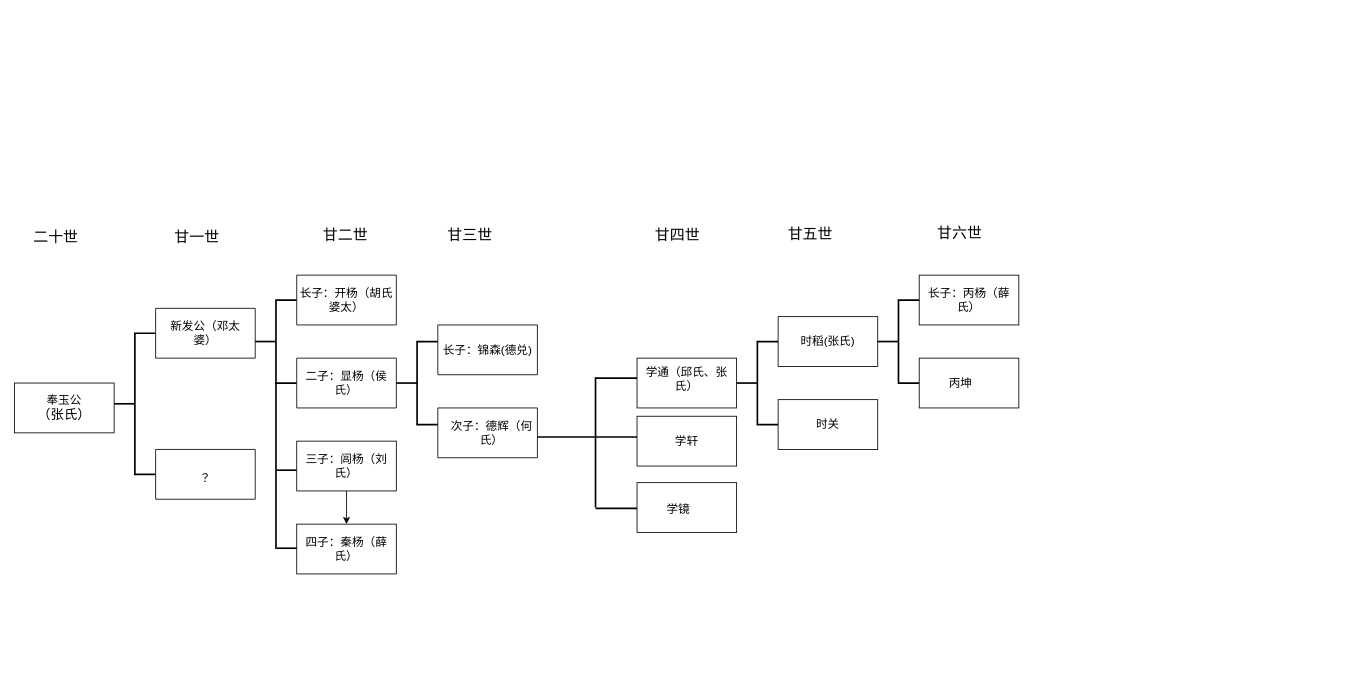
This is 未命名绘图.drawio from Htd369258/htd, a draw.io file, before an edit. Source tidied: cells renumbered, new cells numbered last; positions are measured from the earlier drawing's top-left corner, leaving out a move shared by most shapes. Both pictures are drawn from the tidied source at 83%, with x=0, y=0 at pixel (14, 219).
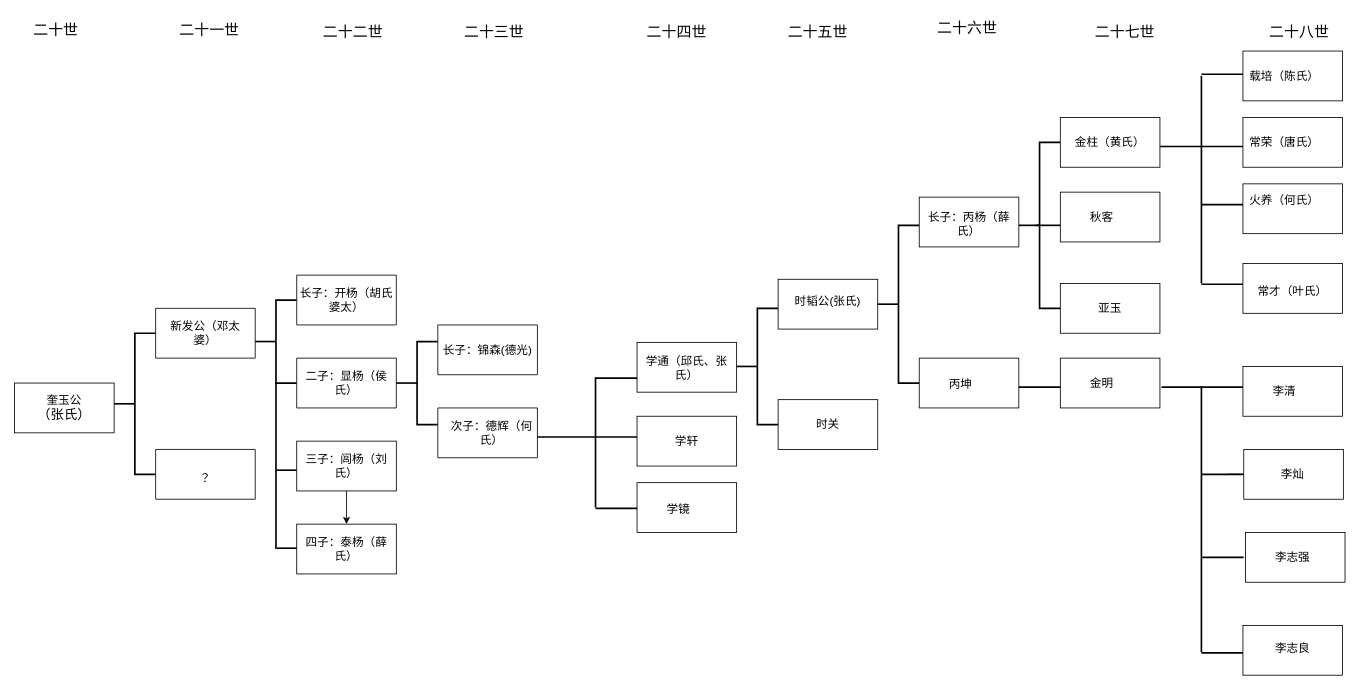
Above is the later version.

Commit message (it also covers changes not shown here):
更新未命名绘图.drawio

Change to the diagram source:
```diff
@@
-    <mxCell id="2" value="&lt;font style=&quot;font-size: 14px;&quot;&gt;奉玉公&lt;/font&gt;&lt;div&gt;&lt;font size=&quot;3&quot;&gt;（张氏）&lt;/font&gt;&lt;/div&gt;" style="rounded=0;whiteSpace=wrap;html=1;" parent="1" vertex="1">
+    <mxCell id="2" value="&lt;font style=&quot;font-size: 14px;&quot;&gt;奎玉公&lt;/font&gt;&lt;div&gt;&lt;font size=&quot;3&quot;&gt;（张氏）&lt;/font&gt;&lt;/div&gt;" style="rounded=0;whiteSpace=wrap;html=1;" parent="1" vertex="1">
       <mxGeometry y="197" width="120" height="60" as="geometry" />
     </mxCell>
     <mxCell id="3" value="&lt;font style=&quot;font-size: 18px;&quot;&gt;二十世&lt;/font&gt;" style="text;strokeColor=none;align=center;fillColor=none;html=1;verticalAlign=middle;whiteSpace=wrap;rounded=0;" parent="1" vertex="1">
-      <mxGeometry x="20" y="7" width="60" height="30" as="geometry" />
+      <mxGeometry x="20" y="-243" width="60" height="30" as="geometry" />
     </mxCell>
@@
-    <mxCell id="12" value="&lt;font style=&quot;font-size: 18px;&quot;&gt;甘一世&lt;/font&gt;" style="text;strokeColor=none;align=center;fillColor=none;html=1;verticalAlign=middle;whiteSpace=wrap;rounded=0;" parent="1" vertex="1">
-      <mxGeometry x="190" y="7" width="60" height="30" as="geometry" />
+    <mxCell id="12" value="&lt;font style=&quot;font-size: 18px;&quot;&gt;二十一世&lt;/font&gt;" style="text;strokeColor=none;align=center;fillColor=none;html=1;verticalAlign=middle;whiteSpace=wrap;rounded=0;" parent="1" vertex="1">
+      <mxGeometry x="190" y="-243" width="90" height="30" as="geometry" />
     </mxCell>
@@
-    <mxCell id="22" value="&lt;span style=&quot;font-size: 14px;&quot;&gt;四子：秦杨（薛氏）&lt;/span&gt;" style="text;strokeColor=none;align=center;fillColor=none;html=1;verticalAlign=middle;whiteSpace=wrap;rounded=0;" parent="1" vertex="1">
+    <mxCell id="22" value="&lt;span style=&quot;font-size: 14px;&quot;&gt;四子：泰杨（薛氏）&lt;/span&gt;" style="text;strokeColor=none;align=center;fillColor=none;html=1;verticalAlign=middle;whiteSpace=wrap;rounded=0;" parent="1" vertex="1">
       <mxGeometry x="340" y="367" width="120" height="60" as="geometry" />
     </mxCell>
@@
-    <mxCell id="26" value="&lt;span style=&quot;font-size: 14px;&quot;&gt;长子：锦森(德&lt;/span&gt;&lt;font style=&quot;font-size: 14px;&quot;&gt;兑&lt;/font&gt;&lt;span style=&quot;font-size: 14px;&quot;&gt;)&lt;/span&gt;" style="text;strokeColor=none;align=center;fillColor=none;html=1;verticalAlign=middle;whiteSpace=wrap;rounded=0;" parent="1" vertex="1">
+    <mxCell id="26" value="&lt;span style=&quot;font-size: 14px;&quot;&gt;长子：锦森(德光&lt;/span&gt;&lt;span style=&quot;font-size: 14px;&quot;&gt;)&lt;/span&gt;" style="text;strokeColor=none;align=center;fillColor=none;html=1;verticalAlign=middle;whiteSpace=wrap;rounded=0;" parent="1" vertex="1">
       <mxGeometry x="510" y="127" width="120" height="60" as="geometry" />
     </mxCell>
@@
     <mxCell id="33" style="rounded=0;whiteSpace=wrap;html=1;" parent="1" vertex="1">
-      <mxGeometry x="750" y="167" width="120" height="60" as="geometry" />
+      <mxGeometry x="750" y="148" width="120" height="60" as="geometry" />
     </mxCell>
@@
     <mxCell id="36" value="&lt;span style=&quot;font-size: 14px;&quot;&gt;学通（邱氏、张氏）&lt;/span&gt;" style="text;strokeColor=none;align=center;fillColor=none;html=1;verticalAlign=middle;whiteSpace=wrap;rounded=0;" parent="1" vertex="1">
-      <mxGeometry x="760" y="167" width="100" height="50" as="geometry" />
+      <mxGeometry x="760" y="154" width="100" height="50" as="geometry" />
     </mxCell>
@@
     <mxCell id="39" style="strokeWidth=2;html=1;shape=mxgraph.flowchart.annotation_2;align=left;labelPosition=right;" parent="1" vertex="1">
-      <mxGeometry x="870" y="147" width="50" height="100" as="geometry" />
+      <mxGeometry x="870" y="107" width="50" height="140" as="geometry" />
     </mxCell>
     <mxCell id="40" style="rounded=0;whiteSpace=wrap;html=1;" parent="1" vertex="1">
-      <mxGeometry x="920" y="117" width="120" height="60" as="geometry" />
+      <mxGeometry x="920" y="72" width="120" height="60" as="geometry" />
     </mxCell>
@@
-    <mxCell id="42" value="&lt;span style=&quot;font-size: 14px;&quot;&gt;时稻(张氏)&lt;/span&gt;" style="text;strokeColor=none;align=center;fillColor=none;html=1;verticalAlign=middle;whiteSpace=wrap;rounded=0;" parent="1" vertex="1">
-      <mxGeometry x="930" y="117" width="100" height="60" as="geometry" />
+    <mxCell id="42" value="&lt;span style=&quot;font-size: 14px;&quot;&gt;时韬公(张氏)&lt;/span&gt;" style="text;strokeColor=none;align=center;fillColor=none;html=1;verticalAlign=middle;whiteSpace=wrap;rounded=0;" parent="1" vertex="1">
+      <mxGeometry x="930" y="69" width="100" height="60" as="geometry" />
     </mxCell>
@@
     <mxCell id="44" style="strokeWidth=2;html=1;shape=mxgraph.flowchart.annotation_2;align=left;labelPosition=right;" parent="1" vertex="1">
-      <mxGeometry x="1040" y="97" width="50" height="100" as="geometry" />
+      <mxGeometry x="1040" y="7" width="50" height="190" as="geometry" />
     </mxCell>
     <mxCell id="45" style="rounded=0;whiteSpace=wrap;html=1;" parent="1" vertex="1">
-      <mxGeometry x="1090" y="67" width="120" height="60" as="geometry" />
+      <mxGeometry x="1090" y="-27" width="120" height="60" as="geometry" />
     </mxCell>
@@
     <mxCell id="47" value="&lt;span style=&quot;font-size: 14px;&quot;&gt;丙坤&lt;/span&gt;" style="text;strokeColor=none;align=center;fillColor=none;html=1;verticalAlign=middle;whiteSpace=wrap;rounded=0;" parent="1" vertex="1">
-      <mxGeometry x="1090" y="167" width="100" height="60" as="geometry" />
+      <mxGeometry x="1090" y="168" width="100" height="60" as="geometry" />
     </mxCell>
     <mxCell id="48" value="&lt;span style=&quot;font-size: 14px;&quot;&gt;长子：丙杨（薛氏）&lt;/span&gt;" style="text;strokeColor=none;align=center;fillColor=none;html=1;verticalAlign=middle;whiteSpace=wrap;rounded=0;" parent="1" vertex="1">
-      <mxGeometry x="1100" y="67" width="100" height="60" as="geometry" />
+      <mxGeometry x="1100" y="-25" width="100" height="60" as="geometry" />
     </mxCell>
-    <mxCell id="49" value="&lt;font style=&quot;font-size: 18px;&quot;&gt;甘二世&lt;/font&gt;" style="text;whiteSpace=wrap;html=1;" parent="1" vertex="1">
-      <mxGeometry x="370" y="2" width="70" height="50" as="geometry" />
+    <mxCell id="49" value="&lt;font style=&quot;font-size: 18px;&quot;&gt;二十二世&lt;/font&gt;" style="text;whiteSpace=wrap;html=1;" parent="1" vertex="1">
+      <mxGeometry x="370" y="-243" width="80" height="50" as="geometry" />
     </mxCell>
-    <mxCell id="50" value="&lt;font style=&quot;font-size: 18px;&quot;&gt;甘三世&lt;/font&gt;" style="text;whiteSpace=wrap;html=1;" parent="1" vertex="1">
-      <mxGeometry x="520" y="2" width="70" height="40" as="geometry" />
+    <mxCell id="50" value="&lt;font style=&quot;font-size: 18px;&quot;&gt;二十三世&lt;/font&gt;" style="text;whiteSpace=wrap;html=1;" parent="1" vertex="1">
+      <mxGeometry x="540" y="-243" width="100" height="40" as="geometry" />
     </mxCell>
-    <mxCell id="51" value="&lt;font style=&quot;font-size: 18px;&quot;&gt;甘四世&lt;/font&gt;" style="text;whiteSpace=wrap;html=1;" parent="1" vertex="1">
-      <mxGeometry x="770" y="2" width="70" height="40" as="geometry" />
+    <mxCell id="51" value="&lt;font style=&quot;font-size: 18px;&quot;&gt;二十四世&lt;/font&gt;" style="text;whiteSpace=wrap;html=1;" parent="1" vertex="1">
+      <mxGeometry x="760" y="-243" width="110" height="40" as="geometry" />
     </mxCell>
-    <mxCell id="52" value="&lt;font style=&quot;font-size: 18px;&quot;&gt;甘五世&lt;/font&gt;" style="text;whiteSpace=wrap;html=1;" parent="1" vertex="1">
-      <mxGeometry x="930" y="1" width="70" height="40" as="geometry" />
+    <mxCell id="52" value="&lt;font style=&quot;font-size: 18px;&quot;&gt;二十五世&lt;/font&gt;" style="text;whiteSpace=wrap;html=1;" parent="1" vertex="1">
+      <mxGeometry x="930" y="-243" width="100" height="40" as="geometry" />
     </mxCell>
-    <mxCell id="53" value="&lt;font style=&quot;font-size: 18px;&quot;&gt;甘六世&lt;/font&gt;" style="text;whiteSpace=wrap;html=1;" parent="1" vertex="1">
-      <mxGeometry x="1110" width="70" height="30" as="geometry" />
+    <mxCell id="53" value="&lt;font style=&quot;font-size: 18px;&quot;&gt;二十六世&lt;/font&gt;" style="text;whiteSpace=wrap;html=1;" parent="1" vertex="1">
+      <mxGeometry x="1110" y="-247" width="100" height="30" as="geometry" />
     </mxCell>
+    <mxCell id="54" style="strokeWidth=2;html=1;shape=mxgraph.flowchart.annotation_2;align=left;labelPosition=right;" parent="1" vertex="1">
+      <mxGeometry x="1210" y="-93" width="50" height="200" as="geometry" />
+    </mxCell>
+    <mxCell id="55" style="rounded=0;whiteSpace=wrap;html=1;" parent="1" vertex="1">
+      <mxGeometry x="1260" y="-123" width="120" height="60" as="geometry" />
+    </mxCell>
+    <mxCell id="56" style="rounded=0;whiteSpace=wrap;html=1;" parent="1" vertex="1">
+      <mxGeometry x="1260" y="-33" width="120" height="60" as="geometry" />
+    </mxCell>
+    <mxCell id="57" style="rounded=0;whiteSpace=wrap;html=1;" parent="1" vertex="1">
+      <mxGeometry x="1260" y="77" width="120" height="60" as="geometry" />
+    </mxCell>
+    <mxCell id="58" style="rounded=0;whiteSpace=wrap;html=1;" parent="1" vertex="1">
+      <mxGeometry x="1260" y="167" width="120" height="60" as="geometry" />
+    </mxCell>
+    <mxCell id="59" value="&lt;span style=&quot;font-size: 14px;&quot;&gt;金柱（黄氏）&lt;/span&gt;" style="text;strokeColor=none;align=center;fillColor=none;html=1;verticalAlign=middle;whiteSpace=wrap;rounded=0;" parent="1" vertex="1">
+      <mxGeometry x="1270" y="-123" width="100" height="60" as="geometry" />
+    </mxCell>
+    <mxCell id="60" value="&lt;span style=&quot;font-size: 14px;&quot;&gt;秋客&lt;/span&gt;" style="text;strokeColor=none;align=center;fillColor=none;html=1;verticalAlign=middle;whiteSpace=wrap;rounded=0;" parent="1" vertex="1">
+      <mxGeometry x="1260" y="-33" width="100" height="60" as="geometry" />
+    </mxCell>
+    <mxCell id="61" value="&lt;span style=&quot;font-size: 14px;&quot;&gt;亚玉&lt;/span&gt;" style="text;strokeColor=none;align=center;fillColor=none;html=1;verticalAlign=middle;whiteSpace=wrap;rounded=0;" parent="1" vertex="1">
+      <mxGeometry x="1270" y="77" width="100" height="60" as="geometry" />
+    </mxCell>
+    <mxCell id="62" value="&lt;span style=&quot;font-size: 14px;&quot;&gt;金明&lt;/span&gt;" style="text;strokeColor=none;align=center;fillColor=none;html=1;verticalAlign=middle;whiteSpace=wrap;rounded=0;" parent="1" vertex="1">
+      <mxGeometry x="1260" y="167" width="100" height="60" as="geometry" />
+    </mxCell>
+    <mxCell id="63" style="edgeStyle=orthogonalEdgeStyle;rounded=0;orthogonalLoop=1;jettySize=auto;html=1;exitX=0.5;exitY=1;exitDx=0;exitDy=0;" parent="1" edge="1" source="60" target="60">
+      <mxGeometry relative="1" as="geometry" />
+    </mxCell>
+    <mxCell id="64" style="line;strokeWidth=2;html=1;" parent="1" vertex="1">
+      <mxGeometry x="1210" y="197" width="50" height="10" as="geometry" />
+    </mxCell>
+    <mxCell id="65" style="line;strokeWidth=2;html=1;" parent="1" vertex="1">
+      <mxGeometry x="1230" y="-3" width="30" height="20" as="geometry" />
+    </mxCell>
+    <mxCell id="66" style="line;strokeWidth=2;html=1;" parent="1" vertex="1">
+      <mxGeometry x="1382" y="197" width="50" height="10" as="geometry" />
+    </mxCell>
+    <mxCell id="67" style="line;strokeWidth=2;html=1;" parent="1" vertex="1">
+      <mxGeometry x="1432" y="197" width="50" height="10" as="geometry" />
+    </mxCell>
+    <mxCell id="68" style="line;strokeWidth=2;html=1;" parent="1" vertex="1">
+      <mxGeometry x="1430" y="302" width="50" height="10" as="geometry" />
+    </mxCell>
+    <mxCell id="69" style="line;strokeWidth=2;html=1;" parent="1" vertex="1">
+      <mxGeometry x="1431" y="402" width="50" height="10" as="geometry" />
+    </mxCell>
+    <mxCell id="70" style="edgeStyle=orthogonalEdgeStyle;rounded=0;jettySize=auto;html=1;" parent="1" edge="1" source="71" target="68">
+      <mxGeometry relative="1" as="geometry" />
+    </mxCell>
+    <mxCell id="71" style="rounded=0;whiteSpace=wrap;html=1;" parent="1" vertex="1">
+      <mxGeometry x="1481" y="277" width="120" height="60" as="geometry" />
+    </mxCell>
+    <mxCell id="72" style="rounded=0;whiteSpace=wrap;html=1;" parent="1" vertex="1">
+      <mxGeometry x="1483" y="377" width="120" height="60" as="geometry" />
+    </mxCell>
+    <mxCell id="73" style="rounded=0;whiteSpace=wrap;html=1;" parent="1" vertex="1">
+      <mxGeometry x="1480" y="489" width="120" height="60" as="geometry" />
+    </mxCell>
+    <mxCell id="74" style="rounded=0;whiteSpace=wrap;html=1;" parent="1" vertex="1">
+      <mxGeometry x="1480" y="177" width="120" height="60" as="geometry" />
+    </mxCell>
+    <mxCell id="75" style="rounded=0;whiteSpace=wrap;html=1;" parent="1" vertex="1">
+      <mxGeometry x="1480" y="53" width="120" height="60" as="geometry" />
+    </mxCell>
+    <mxCell id="76" style="rounded=0;whiteSpace=wrap;html=1;" parent="1" vertex="1">
+      <mxGeometry x="1480" y="-43" width="120" height="60" as="geometry" />
+    </mxCell>
+    <mxCell id="77" style="rounded=0;whiteSpace=wrap;html=1;" parent="1" vertex="1">
+      <mxGeometry x="1480" y="-203" width="120" height="60" as="geometry" />
+    </mxCell>
+    <mxCell id="78" style="rounded=0;whiteSpace=wrap;html=1;" parent="1" vertex="1">
+      <mxGeometry x="1480" y="-123" width="120" height="60" as="geometry" />
+    </mxCell>
+    <mxCell id="79" style="line;strokeWidth=2;direction=south;html=1;" parent="1" vertex="1">
+      <mxGeometry x="1340" y="201" width="180" height="320" as="geometry" />
+    </mxCell>
+    <mxCell id="80" style="line;strokeWidth=2;html=1;" parent="1" vertex="1">
+      <mxGeometry x="1380" y="-93" width="50" height="10" as="geometry" />
+    </mxCell>
+    <mxCell id="81" style="line;strokeWidth=2;html=1;" parent="1" vertex="1">
+      <mxGeometry x="1430" y="-180" width="50" height="10" as="geometry" />
+    </mxCell>
+    <mxCell id="82" style="line;strokeWidth=2;html=1;" parent="1" vertex="1">
+      <mxGeometry x="1430" y="-93" width="50" height="10" as="geometry" />
+    </mxCell>
+    <mxCell id="83" style="line;strokeWidth=2;html=1;" parent="1" vertex="1">
+      <mxGeometry x="1430" y="517" width="50" height="10" as="geometry" />
+    </mxCell>
+    <mxCell id="84" style="line;strokeWidth=2;direction=south;html=1;" parent="1" vertex="1">
+      <mxGeometry x="1340" y="-173" width="180" height="250" as="geometry" />
+    </mxCell>
+    <mxCell id="85" style="line;strokeWidth=2;html=1;" parent="1" vertex="1">
+      <mxGeometry x="1430" y="-23" width="50" height="10" as="geometry" />
+    </mxCell>
+    <mxCell id="86" style="line;strokeWidth=2;html=1;" parent="1" vertex="1">
+      <mxGeometry x="1430" y="73" width="50" height="10" as="geometry" />
+    </mxCell>
+    <mxCell id="87" value="&lt;span style=&quot;font-size: 14px;&quot;&gt;常荣（唐氏）&lt;/span&gt;" style="text;strokeColor=none;align=center;fillColor=none;html=1;verticalAlign=middle;whiteSpace=wrap;rounded=0;" parent="1" vertex="1">
+      <mxGeometry x="1480" y="-123" width="100" height="60" as="geometry" />
+    </mxCell>
+    <mxCell id="88" value="&lt;span style=&quot;font-size: 14px;&quot;&gt;载培（陈氏）&lt;/span&gt;" style="text;strokeColor=none;align=center;fillColor=none;html=1;verticalAlign=middle;whiteSpace=wrap;rounded=0;" parent="1" vertex="1">
+      <mxGeometry x="1480" y="-203" width="100" height="60" as="geometry" />
+    </mxCell>
+    <mxCell id="89" value="&lt;span style=&quot;font-size: 14px;&quot;&gt;火养（何氏）&lt;/span&gt;" style="text;strokeColor=none;align=center;fillColor=none;html=1;verticalAlign=middle;whiteSpace=wrap;rounded=0;" parent="1" vertex="1">
+      <mxGeometry x="1480" y="-53" width="100" height="60" as="geometry" />
+    </mxCell>
+    <mxCell id="90" value="&lt;span style=&quot;font-size: 14px;&quot;&gt;常才（叶氏）&lt;/span&gt;" style="text;strokeColor=none;align=center;fillColor=none;html=1;verticalAlign=middle;whiteSpace=wrap;rounded=0;" parent="1" vertex="1">
+      <mxGeometry x="1490" y="57" width="100" height="60" as="geometry" />
+    </mxCell>
+    <mxCell id="91" value="&lt;span style=&quot;font-size: 14px;&quot;&gt;李灿&lt;/span&gt;" style="text;strokeColor=none;align=center;fillColor=none;html=1;verticalAlign=middle;whiteSpace=wrap;rounded=0;" parent="1" vertex="1">
+      <mxGeometry x="1490" y="277" width="100" height="60" as="geometry" />
+    </mxCell>
+    <mxCell id="92" value="&lt;span style=&quot;font-size: 14px;&quot;&gt;李志强&lt;/span&gt;" style="text;strokeColor=none;align=center;fillColor=none;html=1;verticalAlign=middle;whiteSpace=wrap;rounded=0;" parent="1" vertex="1">
+      <mxGeometry x="1490" y="377" width="100" height="60" as="geometry" />
+    </mxCell>
+    <mxCell id="93" value="&lt;span style=&quot;font-size: 14px;&quot;&gt;李志良&lt;/span&gt;" style="text;strokeColor=none;align=center;fillColor=none;html=1;verticalAlign=middle;whiteSpace=wrap;rounded=0;" parent="1" vertex="1">
+      <mxGeometry x="1490" y="487" width="100" height="60" as="geometry" />
+    </mxCell>
+    <mxCell id="94" value="&lt;span style=&quot;font-size: 14px;&quot;&gt;李清&lt;/span&gt;" style="text;strokeColor=none;align=center;fillColor=none;html=1;verticalAlign=middle;whiteSpace=wrap;rounded=0;" parent="1" vertex="1">
+      <mxGeometry x="1480" y="177" width="100" height="60" as="geometry" />
+    </mxCell>
+    <mxCell id="95" value="&lt;font style=&quot;font-size: 18px;&quot;&gt;二十七世&lt;/font&gt;" style="text;whiteSpace=wrap;html=1;" parent="1" vertex="1">
+      <mxGeometry x="1300" y="-243" width="80" height="30" as="geometry" />
+    </mxCell>
+    <mxCell id="96" value="&lt;font style=&quot;font-size: 18px;&quot;&gt;二十八世&lt;/font&gt;" style="text;whiteSpace=wrap;html=1;" parent="1" vertex="1">
+      <mxGeometry x="1510" y="-243" width="90" height="30" as="geometry" />
+    </mxCell>
```
